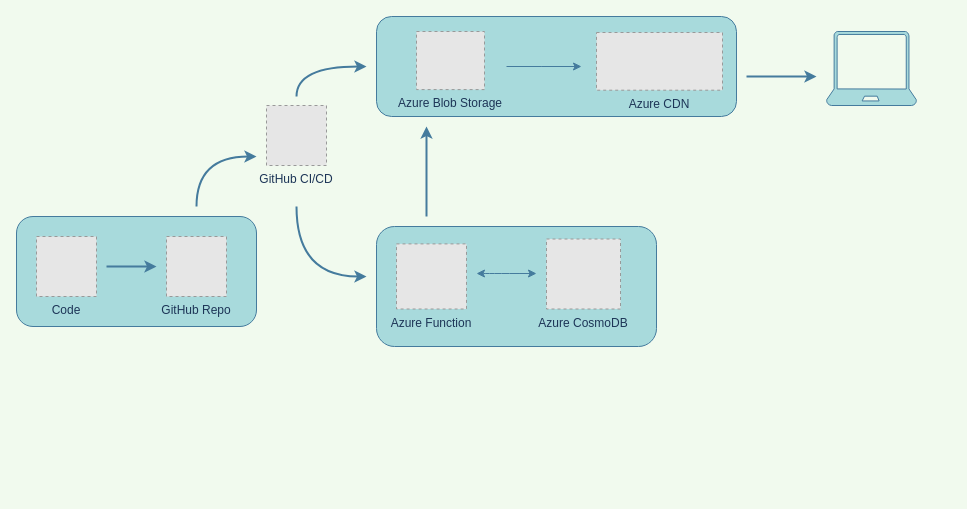
This is frontend/images/siteTopo.drawio from brian926/Azure_Resume_Website, a draw.io file, before an edit. Source tidied: cells renumbered, new cells numbered last; positions are measured from the earlier drawing's top-left corner, leaving out a move shared by most shapes. Both pictures are drawn from the tidied source at 100%, with x=0, y=0 at pixel (16, 16). Pictures stored in the file or linked from it are replaced by grey dashed boxes.
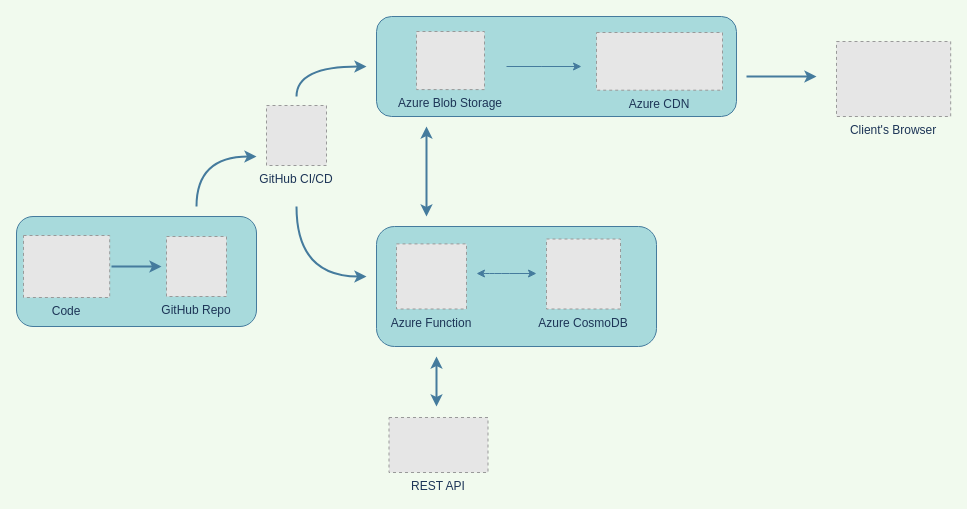
After the change.

Change to the diagram source:
```diff
@@
     <mxCell id="9" style="endArrow=classic;html=1;rounded=0;labelBackgroundColor=#F1FAEE;strokeColor=#457B9D;fontColor=#1D3557;strokeWidth=2;curved=1;" parent="1" edge="1">
       <mxGeometry relative="1" as="geometry">
-        <mxPoint x="90" y="250" as="sourcePoint" />
-        <mxPoint x="140" y="250" as="targetPoint" />
+        <mxPoint x="95" y="250" as="sourcePoint" />
+        <mxPoint x="145" y="250" as="targetPoint" />
       </mxGeometry>
     </mxCell>
@@
-    <mxCell id="14" style="endArrow=classic;html=1;rounded=0;labelBackgroundColor=#F1FAEE;strokeColor=#457B9D;fontColor=#1D3557;strokeWidth=2;curved=1;" parent="1" edge="1">
-      <mxGeometry relative="1" as="geometry">
-        <mxPoint x="410" y="200" as="sourcePoint" />
-        <mxPoint x="410" y="110" as="targetPoint" />
-      </mxGeometry>
-    </mxCell>
@@
-    <mxCell id="17" style="verticalLabelPosition=bottom;html=1;verticalAlign=top;align=center;strokeColor=#457B9D;fillColor=#A8DADC;shape=mxgraph.azure.laptop;fontColor=#1D3557;" parent="1" vertex="1">
-      <mxGeometry x="810" y="15" width="90" height="74" as="geometry" />
-    </mxCell>
@@
-    <mxCell id="19" value="GitHub CI/CD" style="fillColor=#E6E6E6;strokeColor=#999999;dashed=1;verticalLabelPosition=bottom;labelBackgroundColor=#F1FAEE;verticalAlign=top;fontColor=#1D3557;" parent="1" vertex="1">
+    <mxCell id="19" value="GitHub CI/CD" style="fillColor=#E6E6E6;strokeColor=#999999;dashed=1;verticalLabelPosition=bottom;labelBackgroundColor=none;verticalAlign=top;fontColor=#1D3557;" parent="1" vertex="1">
       <mxGeometry x="250" y="89" width="60" height="60" as="geometry" />
     </mxCell>
+    <mxCell id="21" style="endArrow=classic;startArrow=classic;html=1;rounded=0;strokeWidth=2;fillColor=#dae8fc;strokeColor=#457B9D;" parent="1" edge="1">
+      <mxGeometry relative="1" as="geometry">
+        <mxPoint x="410" y="200" as="sourcePoint" />
+        <mxPoint x="410" y="110" as="targetPoint" />
+      </mxGeometry>
+    </mxCell>
     <mxCell id="20" value="Code" style="fillColor=#E6E6E6;strokeColor=#999999;dashed=1;verticalLabelPosition=bottom;labelBackgroundColor=none;verticalAlign=top;fontColor=#1D3557;" parent="1" vertex="1">
-      <mxGeometry x="20" y="220" width="60" height="60" as="geometry" />
+      <mxGeometry x="7" y="219" width="86.2" height="62" as="geometry" />
     </mxCell>
+    <mxCell id="22" value="Client's Browser" style="fillColor=#E6E6E6;strokeColor=#999999;dashed=1;verticalLabelPosition=bottom;labelBackgroundColor=none;verticalAlign=top;fontColor=#1D3557;" parent="1" vertex="1">
+      <mxGeometry x="820" y="25" width="114.2" height="75" as="geometry" />
+    </mxCell>
+    <mxCell id="23" value="REST API" style="fillColor=#E6E6E6;strokeColor=#999999;dashed=1;verticalLabelPosition=bottom;labelBackgroundColor=none;verticalAlign=top;fontColor=#1D3557;" parent="1" vertex="1">
+      <mxGeometry x="372.5" y="401" width="99" height="55" as="geometry" />
+    </mxCell>
+    <mxCell id="24" style="endArrow=classic;startArrow=classic;html=1;rounded=0;strokeWidth=2;strokeColor=#457B9D;" parent="1" edge="1">
+      <mxGeometry relative="1" as="geometry">
+        <mxPoint x="420" y="390" as="sourcePoint" />
+        <mxPoint x="420" y="340" as="targetPoint" />
+      </mxGeometry>
+    </mxCell>
```
